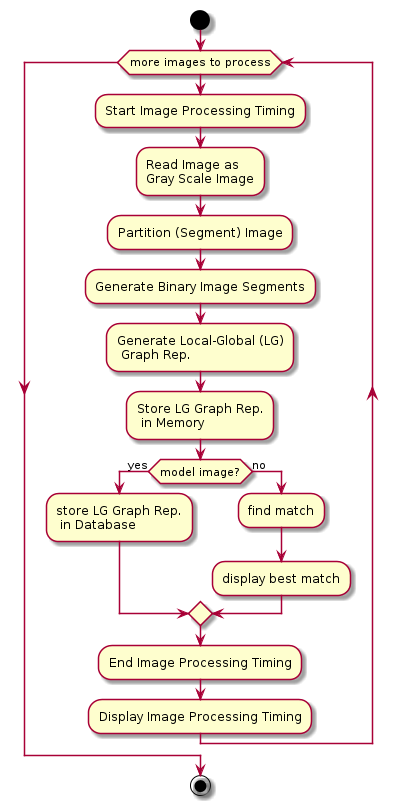
Above: docs/activity_process_model_image.png in mrobbeloth/obstruction (PlantUML), before the change.
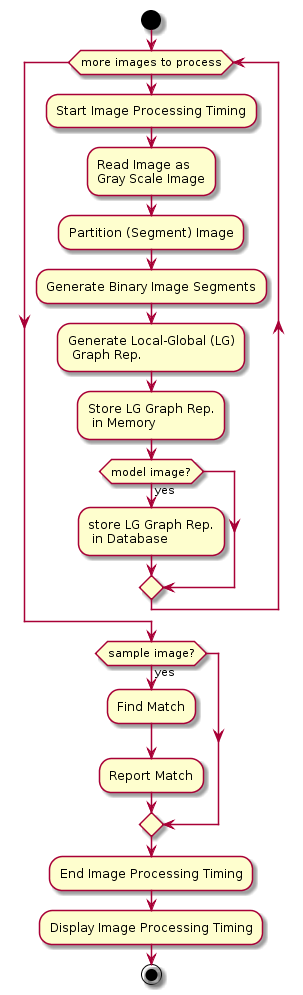
After the change.

Commit message:
Fix general program flow activity diagram

Change to the diagram source:
```diff
@@ -9,12 +9,13 @@
    :Store LG Graph Rep.\n in Memory;
    if (model image?) then (yes)
       :store LG Graph Rep.\n in Database;
-   else (no)
-      :find match;
-      :display best match;
    endif
-   :End Image Processing Timing;
-   :Display Image Processing Timing;
 endwhile
+if (sample image?) then (yes)
+   :Find Match;
+   :Report Match;
+endif
+:End Image Processing Timing;
+:Display Image Processing Timing;
 stop
 @enduml
```
